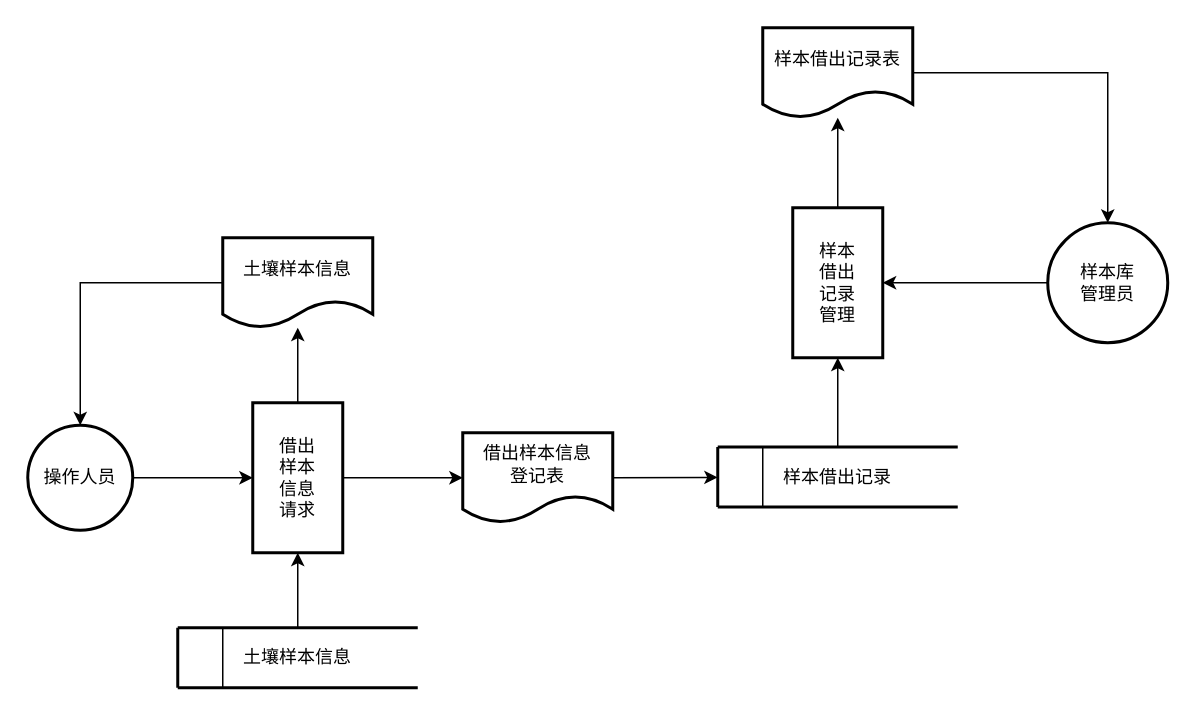
Above: page "操作人员、样品库管理员流程" (14 of 15) of DT-1.drawio in TeasusZt/DT-NEW (draw.io), before the change. Source tidied: cells renumbered, new cells numbered last; positions are measured from the earlier drawing's top-left corner, leaving out a move shared by most shapes. Both pictures are drawn from the tidied source at 150%, with x=0, y=0 at pixel (27, 27).
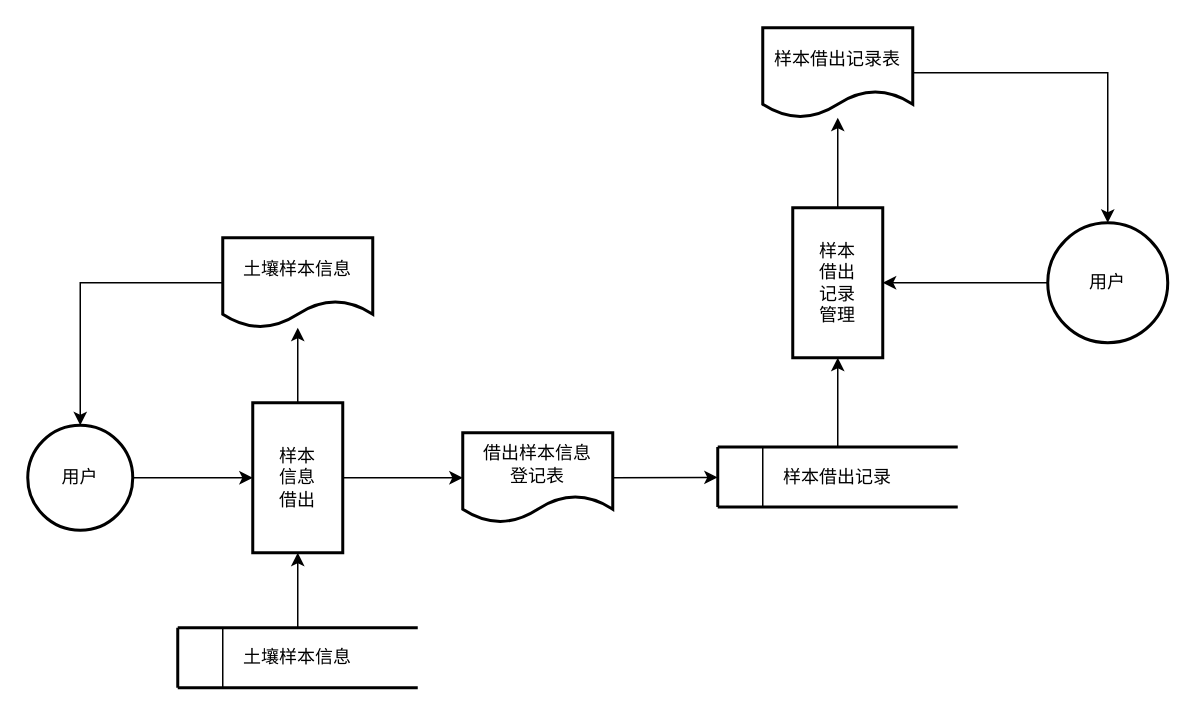
After the change.

Diff of the diagram source:
```diff
@@
-    <mxCell id="3" value="操作人员" style="ellipse;whiteSpace=wrap;html=1;strokeColor=#000000;strokeWidth=2;fillColor=none;align=center;" parent="1" vertex="1">
+    <mxCell id="3" value="用户" style="ellipse;whiteSpace=wrap;html=1;strokeColor=#000000;strokeWidth=2;fillColor=none;align=center;" parent="1" vertex="1">
       <mxGeometry y="265" width="70" height="70" as="geometry" />
     </mxCell>
@@
-    <mxCell id="5" value="样本库&lt;br&gt;管理员" style="ellipse;whiteSpace=wrap;html=1;strokeColor=#000000;strokeWidth=2;fillColor=none;align=center;" parent="1" vertex="1">
+    <mxCell id="5" value="用户" style="ellipse;whiteSpace=wrap;html=1;strokeColor=#000000;strokeWidth=2;fillColor=none;align=center;" parent="1" vertex="1">
       <mxGeometry x="680" y="130" width="80" height="80" as="geometry" />
     </mxCell>
@@
-    <mxCell id="15" value="借出&lt;br&gt;样本&lt;br&gt;信息&lt;br&gt;请求" style="rounded=0;whiteSpace=wrap;html=1;strokeColor=#000000;strokeWidth=2;fillColor=none;align=center;" parent="1" vertex="1">
+    <mxCell id="15" value="样本&lt;br&gt;信息&lt;br&gt;借出" style="rounded=0;whiteSpace=wrap;html=1;strokeColor=#000000;strokeWidth=2;fillColor=none;align=center;" parent="1" vertex="1">
       <mxGeometry x="150" y="250" width="60" height="100" as="geometry" />
     </mxCell>
```
